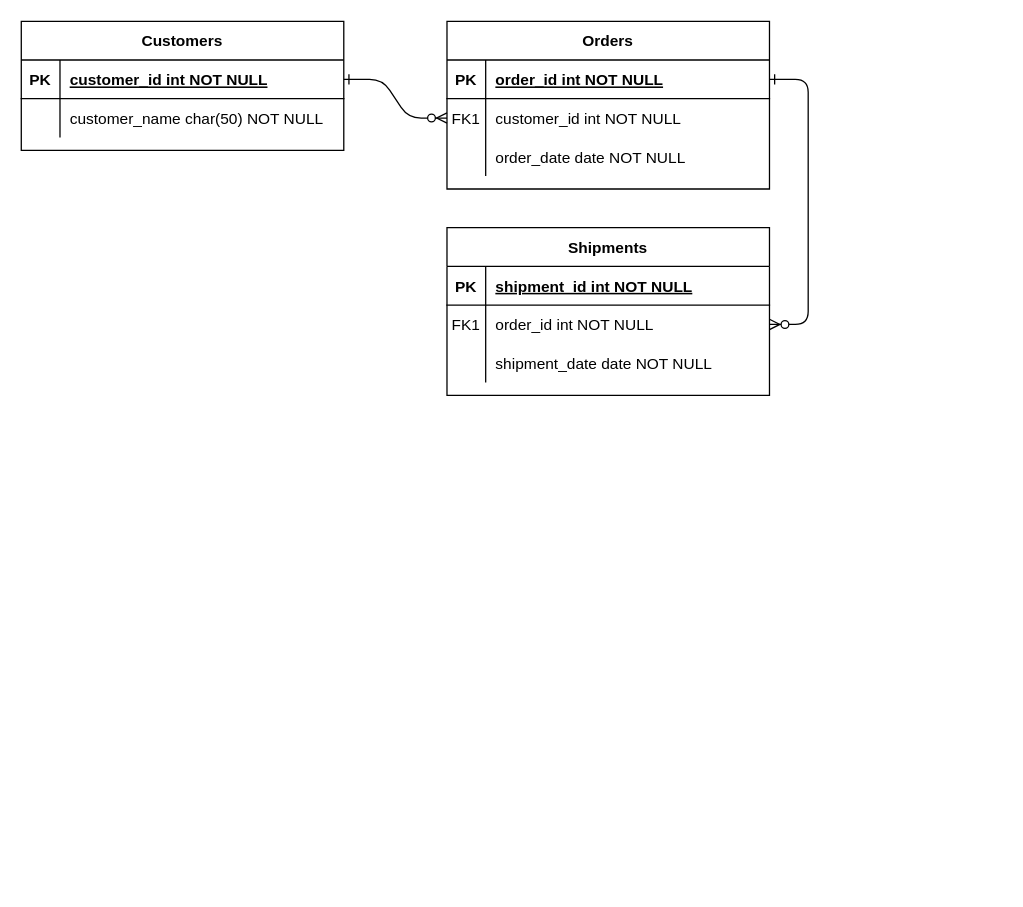
The draw.io diagram Discussion/Untitled Diagram.drawio in MelchorJoshua/SIA-Melchor, before the edit. Source tidied: cells renumbered, new cells numbered last; positions are measured from the earlier drawing's top-left corner, leaving out a move shared by most shapes. Both pictures are drawn from the tidied source at 129%, with x=0, y=0 at pixel (21, 21).
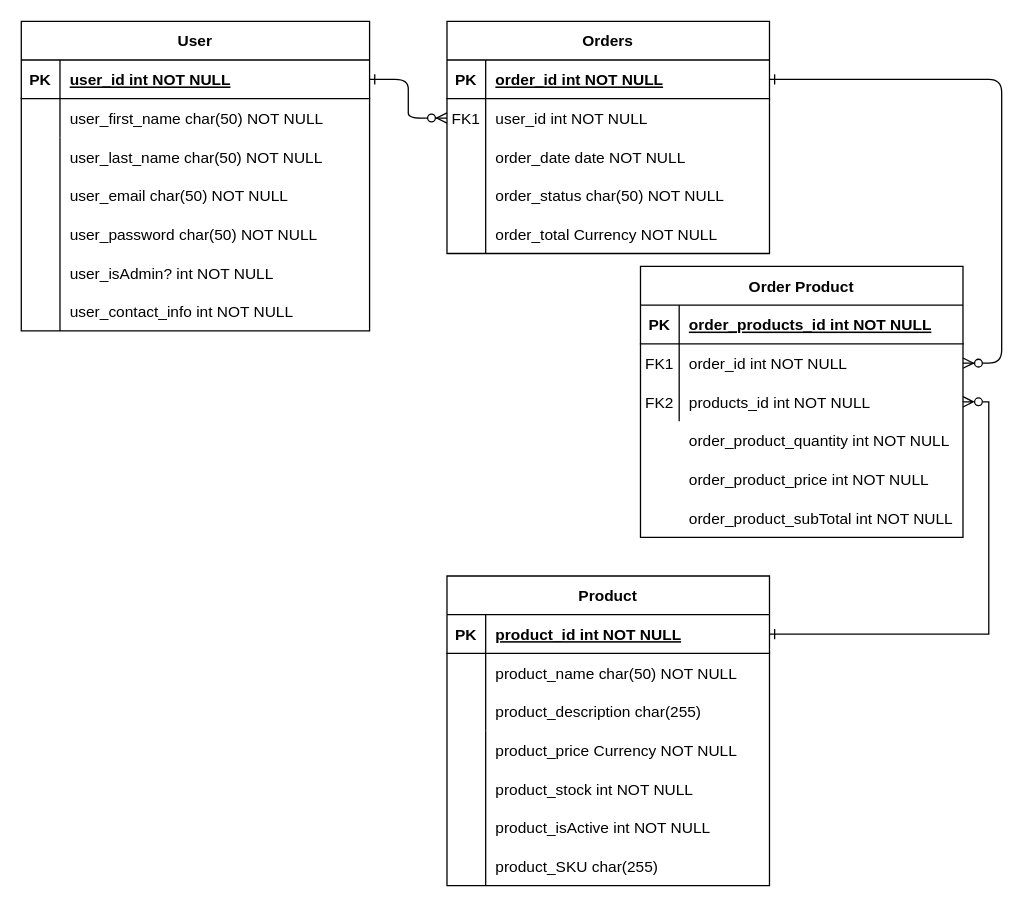
The same diagram, later.

Commit message:
Finished ERD

The change refers to these unchanged cells:
```xml
<mxCell id="8" style="shape=partialRectangle;fillColor=none;points=[[0,0.5],[1,0.5]];portConstraint=eastwest;top=0;left=0;right=0;bottom=0;" parent="4" vertex="1">
  <mxGeometry y="60" width="250" height="30" as="geometry" />
</mxCell>
<mxCell id="15" style="shape=partialRectangle;fillColor=none;top=0;left=0;right=0;bottom=1;" parent="14" vertex="1">
  <mxGeometry y="30" width="250" height="30" as="geometry" />
</mxCell>
<mxCell id="21" style="shape=partialRectangle;fillColor=none;points=[[0,0.5],[1,0.5]];portConstraint=eastwest;top=0;left=0;right=0;bottom=0;" parent="14" vertex="1">
  <mxGeometry y="90" width="250" height="30" as="geometry" />
</mxCell>
```

Diff of the diagram source:
```diff
@@
     <mxCell id="4" value="Orders" style="shape=table;startSize=30;childLayout=tableLayout;rowLines=0;fontStyle=1;align=center;" parent="1" vertex="1">
-      <mxGeometry x="330" width="250" height="130" as="geometry" />
+      <mxGeometry x="330" width="250" height="180" as="geometry" />
     </mxCell>
@@
-    <mxCell id="10" value="customer_id int NOT NULL" style="shape=partialRectangle;overflow=hidden;fillColor=none;top=0;left=0;bottom=0;right=0;align=left;spacingLeft=6;" parent="8" vertex="1">
+    <mxCell id="10" value="user_id int NOT NULL" style="shape=partialRectangle;overflow=hidden;fillColor=none;top=0;left=0;bottom=0;right=0;align=left;spacingLeft=6;" parent="8" vertex="1">
       <mxGeometry x="30" width="220" height="30" as="geometry" />
     </mxCell>
@@
-    <mxCell id="14" value="Shipments" style="shape=table;startSize=30;childLayout=tableLayout;rowLines=0;fontStyle=1;align=center;" parent="1" vertex="1">
-      <mxGeometry x="330" y="160" width="250" height="130" as="geometry" />
+    <mxCell id="14" value="Order Product" style="shape=table;startSize=30;childLayout=tableLayout;rowLines=0;fontStyle=1;align=center;" parent="1" vertex="1">
+      <mxGeometry x="480" y="190" width="250" height="210" as="geometry" />
     </mxCell>
@@
-    <mxCell id="17" value="shipment_id int NOT NULL " style="shape=partialRectangle;overflow=hidden;fillColor=none;top=0;left=0;bottom=0;right=0;align=left;spacingLeft=6;fontStyle=5;" parent="15" vertex="1">
+    <mxCell id="17" value="order_products_id int NOT NULL " style="shape=partialRectangle;overflow=hidden;fillColor=none;top=0;left=0;bottom=0;right=0;align=left;spacingLeft=6;fontStyle=5;" parent="15" vertex="1">
       <mxGeometry x="30" width="220" height="30" as="geometry" />
     </mxCell>
@@
-    <mxCell id="22" style="shape=partialRectangle;overflow=hidden;fillColor=none;top=0;left=0;bottom=0;right=0;" parent="21" vertex="1">
+    <mxCell id="22" value="FK2" style="shape=partialRectangle;overflow=hidden;fillColor=none;top=0;left=0;bottom=0;right=0;" parent="21" vertex="1">
       <mxGeometry width="30" height="30" as="geometry" />
     </mxCell>
-    <mxCell id="23" value="shipment_date date NOT NULL" style="shape=partialRectangle;overflow=hidden;fillColor=none;top=0;left=0;bottom=0;right=0;align=left;spacingLeft=6;" parent="21" vertex="1">
+    <mxCell id="23" value="products_id int NOT NULL" style="shape=partialRectangle;overflow=hidden;fillColor=none;top=0;left=0;bottom=0;right=0;align=left;spacingLeft=6;" parent="21" vertex="1">
       <mxGeometry x="30" width="220" height="30" as="geometry" />
     </mxCell>
-    <mxCell id="24" value="Customers" style="shape=table;startSize=30;childLayout=tableLayout;rowLines=0;fontStyle=1;align=center;" parent="1" vertex="1">
-      <mxGeometry width="250" height="100" as="geometry" />
+    <mxCell id="24" value="User" style="shape=table;startSize=30;childLayout=tableLayout;rowLines=0;fontStyle=1;align=center;" parent="1" vertex="1">
+      <mxGeometry width="270" height="240" as="geometry" />
     </mxCell>
     <mxCell id="25" style="shape=partialRectangle;fillColor=none;points=[[0,0.5],[1,0.5]];portConstraint=eastwest;top=0;left=0;right=0;bottom=1;" parent="24" vertex="1">
-      <mxGeometry y="30" width="250" height="30" as="geometry" />
+      <mxGeometry y="30" width="270" height="30" as="geometry" />
     </mxCell>
@@
-    <mxCell id="27" value="customer_id int NOT NULL " style="shape=partialRectangle;overflow=hidden;fillColor=none;top=0;left=0;bottom=0;right=0;align=left;spacingLeft=6;fontStyle=5;" parent="25" vertex="1">
-      <mxGeometry x="30" width="220" height="30" as="geometry" />
+    <mxCell id="27" value="user_id int NOT NULL " style="shape=partialRectangle;overflow=hidden;fillColor=none;top=0;left=0;bottom=0;right=0;align=left;spacingLeft=6;fontStyle=5;" parent="25" vertex="1">
+      <mxGeometry x="30" width="240" height="30" as="geometry" />
     </mxCell>
     <mxCell id="28" style="shape=partialRectangle;fillColor=none;top=0;left=0;right=0;bottom=0;" parent="24" vertex="1">
-      <mxGeometry y="60" width="250" height="30" as="geometry" />
+      <mxGeometry y="60" width="270" height="30" as="geometry" />
     </mxCell>
@@
-    <mxCell id="30" value="customer_name char(50) NOT NULL" style="shape=partialRectangle;overflow=hidden;fillColor=none;top=0;left=0;bottom=0;right=0;align=left;spacingLeft=6;" parent="28" vertex="1">
-      <mxGeometry x="30" width="220" height="30" as="geometry" />
+    <mxCell id="30" value="user_first_name char(50) NOT NULL" style="shape=partialRectangle;overflow=hidden;fillColor=none;top=0;left=0;bottom=0;right=0;align=left;spacingLeft=6;" parent="28" vertex="1">
+      <mxGeometry x="30" width="240" height="30" as="geometry" />
     </mxCell>
+    <mxCell id="31" value="user_last_name char(50) NOT NULL" style="shape=partialRectangle;overflow=hidden;fillColor=none;top=0;left=0;bottom=0;right=0;align=left;spacingLeft=6;" parent="1" vertex="1">
+      <mxGeometry x="30" y="90" width="240" height="30" as="geometry" />
+    </mxCell>
+    <mxCell id="32" value="user_email char(50) NOT NULL" style="shape=partialRectangle;overflow=hidden;fillColor=none;top=0;left=0;bottom=0;right=0;align=left;spacingLeft=6;" parent="1" vertex="1">
+      <mxGeometry x="30" y="120" width="240" height="30" as="geometry" />
+    </mxCell>
+    <mxCell id="33" value="user_password char(50) NOT NULL" style="shape=partialRectangle;overflow=hidden;fillColor=none;top=0;left=0;bottom=0;right=0;align=left;spacingLeft=6;" parent="1" vertex="1">
+      <mxGeometry x="30" y="150" width="240" height="30" as="geometry" />
+    </mxCell>
+    <mxCell id="34" value="user_isAdmin? int NOT NULL" style="shape=partialRectangle;overflow=hidden;fillColor=none;top=0;left=0;bottom=0;right=0;align=left;spacingLeft=6;" parent="1" vertex="1">
+      <mxGeometry x="30" y="180" width="240" height="30" as="geometry" />
+    </mxCell>
+    <mxCell id="35" value="user_contact_info int NOT NULL" style="shape=partialRectangle;overflow=hidden;fillColor=none;top=0;left=0;bottom=0;right=0;align=left;spacingLeft=6;" parent="1" vertex="1">
+      <mxGeometry x="30" y="210" width="240" height="30" as="geometry" />
+    </mxCell>
+    <mxCell id="36" style="endArrow=none;html=1;rounded=0;" parent="1" edge="1">
+      <mxGeometry relative="1" as="geometry">
+        <mxPoint x="30" y="240" as="sourcePoint" />
+        <mxPoint x="30" y="90" as="targetPoint" />
+      </mxGeometry>
+    </mxCell>
+    <mxCell id="37" value="order_status char(50) NOT NULL" style="shape=partialRectangle;overflow=hidden;fillColor=none;top=0;left=0;bottom=0;right=0;align=left;spacingLeft=6;" parent="1" vertex="1">
+      <mxGeometry x="360" y="120" width="220" height="30" as="geometry" />
+    </mxCell>
+    <mxCell id="38" value="order_total Currency NOT NULL" style="shape=partialRectangle;overflow=hidden;fillColor=none;top=0;left=0;bottom=0;right=0;align=left;spacingLeft=6;" parent="1" vertex="1">
+      <mxGeometry x="360" y="150" width="220" height="30" as="geometry" />
+    </mxCell>
+    <mxCell id="39" style="endArrow=none;html=1;rounded=0;" parent="1" edge="1">
+      <mxGeometry relative="1" as="geometry">
+        <mxPoint x="360" y="180" as="sourcePoint" />
+        <mxPoint x="360" y="120" as="targetPoint" />
+      </mxGeometry>
+    </mxCell>
+    <mxCell id="40" value="Product" style="shape=table;startSize=30;childLayout=tableLayout;rowLines=0;fontStyle=1;align=center;" parent="1" vertex="1">
+      <mxGeometry x="330" y="430" width="250" height="240" as="geometry" />
+    </mxCell>
+    <mxCell id="41" style="shape=partialRectangle;fillColor=none;points=[[0,0.5],[1,0.5]];portConstraint=eastwest;top=0;left=0;right=0;bottom=1;" parent="40" vertex="1">
+      <mxGeometry y="30" width="250" height="30" as="geometry" />
+    </mxCell>
+    <mxCell id="42" value="PK" style="shape=partialRectangle;overflow=hidden;fillColor=none;top=0;left=0;bottom=0;right=0;fontStyle=1;" parent="41" vertex="1">
+      <mxGeometry width="30" height="30" as="geometry" />
+    </mxCell>
+    <mxCell id="43" value="product_id int NOT NULL " style="shape=partialRectangle;overflow=hidden;fillColor=none;top=0;left=0;bottom=0;right=0;align=left;spacingLeft=6;fontStyle=5;" parent="41" vertex="1">
+      <mxGeometry x="30" width="220" height="30" as="geometry" />
+    </mxCell>
+    <mxCell id="44" style="shape=partialRectangle;fillColor=none;top=0;left=0;right=0;bottom=0;" parent="40" vertex="1">
+      <mxGeometry y="60" width="250" height="30" as="geometry" />
+    </mxCell>
+    <mxCell id="45" style="shape=partialRectangle;overflow=hidden;fillColor=none;top=0;left=0;bottom=0;right=0;" parent="44" vertex="1">
+      <mxGeometry width="30" height="30" as="geometry" />
+    </mxCell>
+    <mxCell id="46" value="product_name char(50) NOT NULL" style="shape=partialRectangle;overflow=hidden;fillColor=none;top=0;left=0;bottom=0;right=0;align=left;spacingLeft=6;" parent="44" vertex="1">
+      <mxGeometry x="30" width="220" height="30" as="geometry" />
+    </mxCell>
+    <mxCell id="47" style="shape=partialRectangle;fillColor=none;top=0;left=0;right=0;bottom=0;" parent="40" vertex="1">
+      <mxGeometry y="90" width="250" height="30" as="geometry" />
+    </mxCell>
+    <mxCell id="48" style="shape=partialRectangle;overflow=hidden;fillColor=none;top=0;left=0;bottom=0;right=0;" parent="47" vertex="1">
+      <mxGeometry width="30" height="30" as="geometry" />
+    </mxCell>
+    <mxCell id="49" value="product_description char(255)" style="shape=partialRectangle;overflow=hidden;fillColor=none;top=0;left=0;bottom=0;right=0;align=left;spacingLeft=6;" parent="47" vertex="1">
+      <mxGeometry x="30" width="220" height="30" as="geometry" />
+    </mxCell>
+    <mxCell id="50" value="product_price Currency NOT NULL" style="shape=partialRectangle;overflow=hidden;fillColor=none;top=0;left=0;bottom=0;right=0;align=left;spacingLeft=6;" parent="1" vertex="1">
+      <mxGeometry x="360" y="550" width="220" height="30" as="geometry" />
+    </mxCell>
+    <mxCell id="51" value="product_stock int NOT NULL" style="shape=partialRectangle;overflow=hidden;fillColor=none;top=0;left=0;bottom=0;right=0;align=left;spacingLeft=6;" parent="1" vertex="1">
+      <mxGeometry x="360" y="580" width="220" height="30" as="geometry" />
+    </mxCell>
+    <mxCell id="52" value="product_isActive int NOT NULL" style="shape=partialRectangle;overflow=hidden;fillColor=none;top=0;left=0;bottom=0;right=0;align=left;spacingLeft=6;" parent="1" vertex="1">
+      <mxGeometry x="360" y="610" width="220" height="30" as="geometry" />
+    </mxCell>
+    <mxCell id="53" value="product_SKU char(255)" style="shape=partialRectangle;overflow=hidden;fillColor=none;top=0;left=0;bottom=0;right=0;align=left;spacingLeft=6;" parent="1" vertex="1">
+      <mxGeometry x="360" y="640" width="220" height="30" as="geometry" />
+    </mxCell>
+    <mxCell id="54" style="endArrow=none;html=1;rounded=0;" parent="1" edge="1">
+      <mxGeometry relative="1" as="geometry">
+        <mxPoint x="360" y="670" as="sourcePoint" />
+        <mxPoint x="360" y="550" as="targetPoint" />
+      </mxGeometry>
+    </mxCell>
+    <mxCell id="55" style="edgeStyle=orthogonalEdgeStyle;rounded=0;jettySize=auto;html=1;exitX=1;exitY=0.5;exitDx=0;exitDy=0;entryX=1;entryY=0.5;entryDx=0;entryDy=0;horizontal=0;endArrow=ERzeroToMany;endFill=0;startArrow=ERone;startFill=0;" parent="1" edge="1" source="41" target="21">
+      <mxGeometry relative="1" as="geometry" />
+    </mxCell>
+    <mxCell id="56" value="order_product_quantity int NOT NULL" style="shape=partialRectangle;overflow=hidden;fillColor=none;top=0;left=0;bottom=0;right=0;align=left;spacingLeft=6;" parent="1" vertex="1">
+      <mxGeometry x="510" y="310" width="220" height="30" as="geometry" />
+    </mxCell>
+    <mxCell id="57" value="order_product_price int NOT NULL" style="shape=partialRectangle;overflow=hidden;fillColor=none;top=0;left=0;bottom=0;right=0;align=left;spacingLeft=6;" parent="1" vertex="1">
+      <mxGeometry x="510" y="340" width="220" height="30" as="geometry" />
+    </mxCell>
+    <mxCell id="58" value="order_product_subTotal int NOT NULL" style="shape=partialRectangle;overflow=hidden;fillColor=none;top=0;left=0;bottom=0;right=0;align=left;spacingLeft=6;" parent="1" vertex="1">
+      <mxGeometry x="510" y="370" width="220" height="30" as="geometry" />
+    </mxCell>
```
